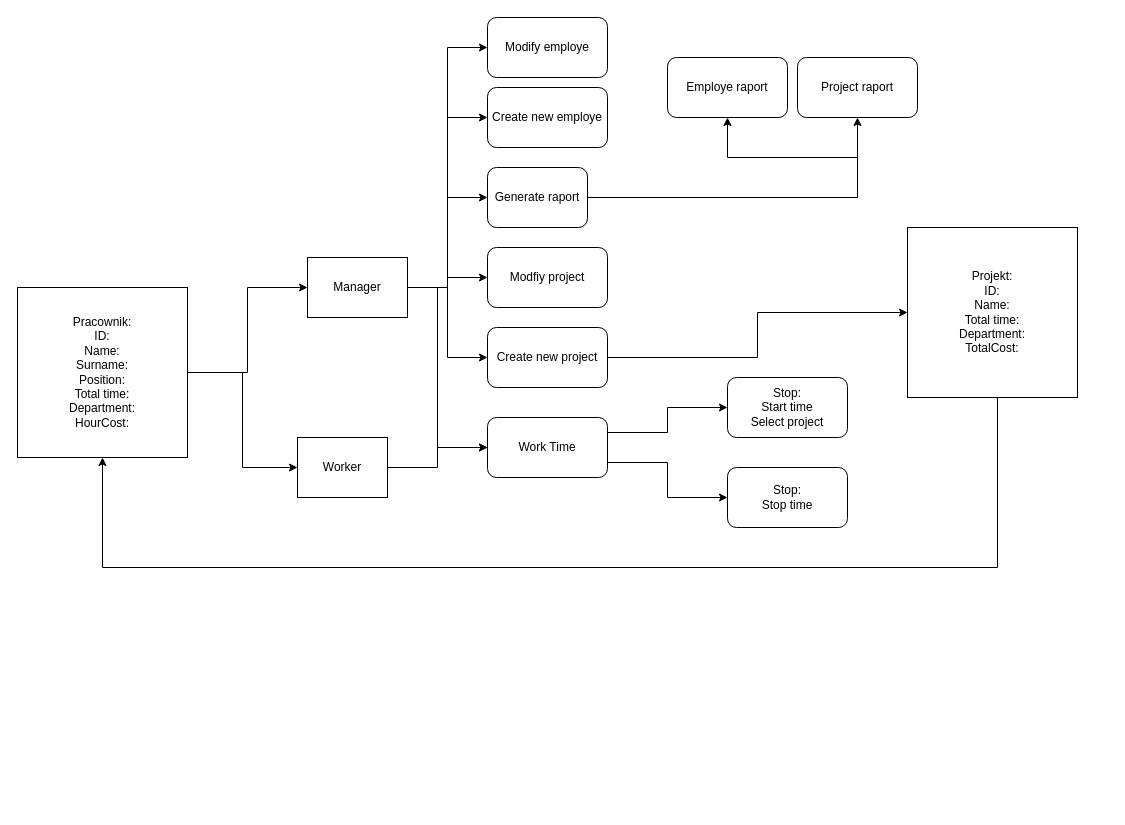
Above: Infoshare diagram.drawio in Tomasz98Zukowski/TripBudgetApp (draw.io), before the change. Source tidied: cells renumbered, new cells numbered last; positions are measured from the earlier drawing's top-left corner, leaving out a move shared by most shapes. Both pictures are drawn from the tidied source at 100%, with x=0, y=0 at pixel (17, 17).
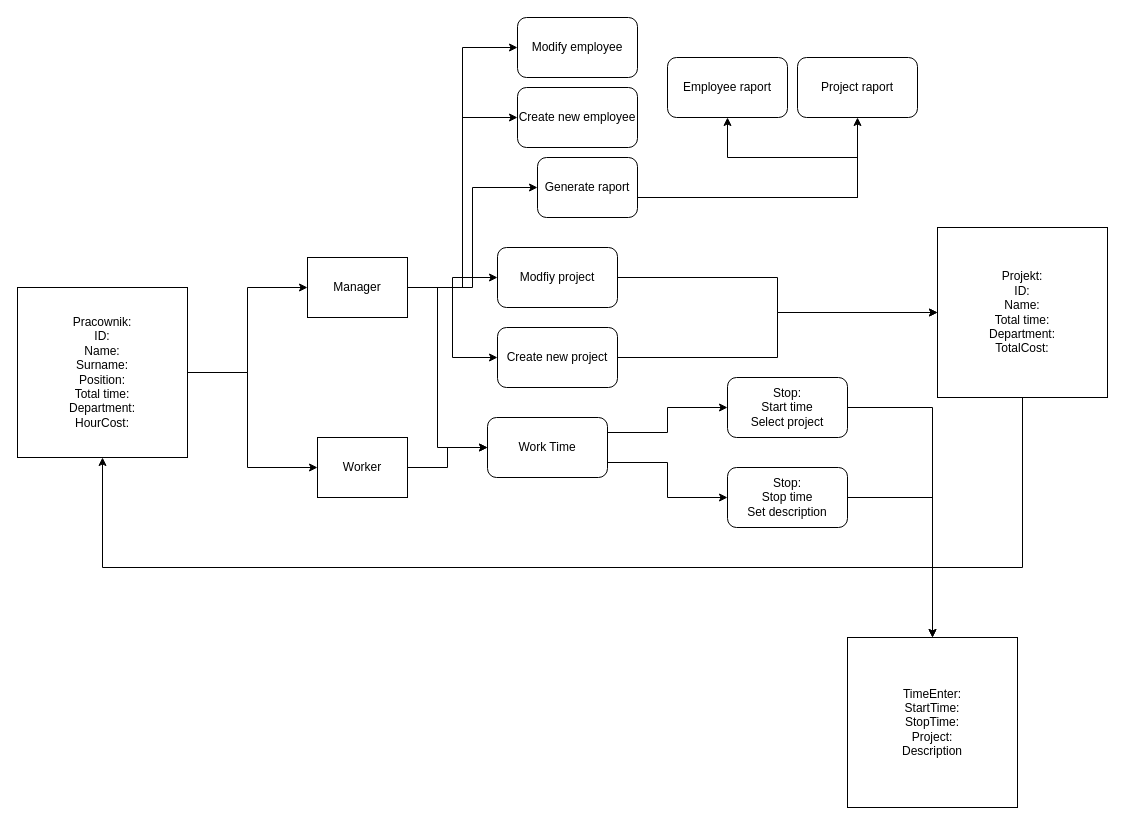
Above is the later version.

The change refers to these unchanged cells:
```xml
<mxCell id="4" value="Pracownik:&lt;br&gt;ID:&lt;br&gt;Name:&lt;br&gt;Surname:&lt;br&gt;Position:&lt;br&gt;Total time:&lt;br&gt;Department:&lt;br&gt;HourCost:" style="rounded=0;whiteSpace=wrap;html=1;" parent="1" vertex="1">
  <mxGeometry y="270" width="170" height="170" as="geometry" />
</mxCell>
<mxCell id="24" value="Project raport" style="rounded=1;whiteSpace=wrap;html=1;" parent="1" vertex="1">
  <mxGeometry x="780" y="40" width="120" height="60" as="geometry" />
</mxCell>
<mxCell id="30" value="Stop:&lt;br&gt;Start time&lt;br&gt;Select project" style="rounded=1;whiteSpace=wrap;html=1;" parent="1" vertex="1">
  <mxGeometry x="710" y="360" width="120" height="60" as="geometry" />
</mxCell>
```

Diff of the diagram source:
```diff
@@
     <mxCell id="3" style="edgeStyle=orthogonalEdgeStyle;rounded=0;jettySize=auto;html=1;exitX=1;exitY=0.5;exitDx=0;exitDy=0;" parent="1" edge="1" source="4" target="13">
-      <mxGeometry relative="1" as="geometry" />
+      <mxGeometry relative="1" as="geometry">
+        <Array as="points">
+          <mxPoint x="230" y="355" />
+          <mxPoint x="230" y="450" />
+        </Array>
+      </mxGeometry>
     </mxCell>
@@
     <mxCell id="13" value="Worker" style="rounded=0;whiteSpace=wrap;html=1;" parent="1" vertex="1">
-      <mxGeometry x="280" y="420" width="90" height="60" as="geometry" />
+      <mxGeometry x="300" y="420" width="90" height="60" as="geometry" />
     </mxCell>
@@
     <mxCell id="18" value="Create new project" style="rounded=1;whiteSpace=wrap;html=1;" parent="1" vertex="1">
-      <mxGeometry x="470" y="310" width="120" height="60" as="geometry" />
+      <mxGeometry x="480" y="310" width="120" height="60" as="geometry" />
     </mxCell>
+    <mxCell id="31" style="edgeStyle=orthogonalEdgeStyle;rounded=0;jettySize=auto;html=1;exitX=1;exitY=0.5;exitDx=0;exitDy=0;entryX=0;entryY=0.5;entryDx=0;entryDy=0;" parent="1" edge="1" source="19" target="26">
+      <mxGeometry relative="1" as="geometry">
+        <Array as="points">
+          <mxPoint x="760" y="260" />
+          <mxPoint x="760" y="295" />
+        </Array>
+      </mxGeometry>
+    </mxCell>
     <mxCell id="19" value="Modfiy project" style="rounded=1;whiteSpace=wrap;html=1;" parent="1" vertex="1">
-      <mxGeometry x="470" y="230" width="120" height="60" as="geometry" />
+      <mxGeometry x="480" y="230" width="120" height="60" as="geometry" />
     </mxCell>
@@
     <mxCell id="21" style="edgeStyle=orthogonalEdgeStyle;rounded=0;jettySize=auto;html=1;exitX=1;exitY=0.5;exitDx=0;exitDy=0;entryX=0.5;entryY=1;entryDx=0;entryDy=0;" parent="1" edge="1" source="22" target="24">
-      <mxGeometry relative="1" as="geometry" />
+      <mxGeometry relative="1" as="geometry">
+        <Array as="points">
+          <mxPoint x="620" y="180" />
+          <mxPoint x="840" y="180" />
+        </Array>
+      </mxGeometry>
     </mxCell>
     <mxCell id="22" value="Generate raport" style="rounded=1;whiteSpace=wrap;html=1;" parent="1" vertex="1">
-      <mxGeometry x="470" y="150" width="100" height="60" as="geometry" />
+      <mxGeometry x="520" y="140" width="100" height="60" as="geometry" />
     </mxCell>
-    <mxCell id="23" value="Create new employe" style="rounded=1;whiteSpace=wrap;html=1;" parent="1" vertex="1">
-      <mxGeometry x="470" y="70" width="120" height="60" as="geometry" />
+    <mxCell id="23" value="Create new employee" style="rounded=1;whiteSpace=wrap;html=1;" parent="1" vertex="1">
+      <mxGeometry x="500" y="70" width="120" height="60" as="geometry" />
     </mxCell>
@@
     <mxCell id="25" style="edgeStyle=orthogonalEdgeStyle;rounded=0;jettySize=auto;html=1;exitX=0.5;exitY=1;exitDx=0;exitDy=0;entryX=0.5;entryY=1;entryDx=0;entryDy=0;" parent="1" edge="1" source="26" target="4">
       <mxGeometry relative="1" as="geometry">
         <Array as="points">
-          <mxPoint x="980" y="380" />
-          <mxPoint x="980" y="550" />
+          <mxPoint x="1005" y="550" />
           <mxPoint x="85" y="550" />
         </Array>
       </mxGeometry>
     </mxCell>
     <mxCell id="26" value="Projekt:&lt;br&gt;ID:&lt;br&gt;Name:&lt;br&gt;Total time:&lt;br&gt;Department:&lt;br&gt;TotalCost:" style="rounded=0;whiteSpace=wrap;html=1;" parent="1" vertex="1">
-      <mxGeometry x="890" y="210" width="170" height="170" as="geometry" />
+      <mxGeometry x="920" y="210" width="170" height="170" as="geometry" />
     </mxCell>
-    <mxCell id="27" value="Modify employe" style="rounded=1;whiteSpace=wrap;html=1;" parent="1" vertex="1">
-      <mxGeometry x="470" width="120" height="60" as="geometry" />
+    <mxCell id="27" value="Modify employee" style="rounded=1;whiteSpace=wrap;html=1;" parent="1" vertex="1">
+      <mxGeometry x="500" width="120" height="60" as="geometry" />
     </mxCell>
-    <mxCell id="28" value="Employe raport" style="rounded=1;whiteSpace=wrap;html=1;" parent="1" vertex="1">
+    <mxCell id="28" value="Employee raport" style="rounded=1;whiteSpace=wrap;html=1;" parent="1" vertex="1">
       <mxGeometry x="650" y="40" width="120" height="60" as="geometry" />
     </mxCell>
+    <mxCell id="32" style="edgeStyle=orthogonalEdgeStyle;rounded=0;jettySize=auto;html=1;exitX=1;exitY=0.5;exitDx=0;exitDy=0;" parent="1" edge="1" source="29" target="34">
+      <mxGeometry relative="1" as="geometry" />
+    </mxCell>
-    <mxCell id="29" value="Stop:&lt;br&gt;Stop time" style="rounded=1;whiteSpace=wrap;html=1;" parent="1" vertex="1">
+    <mxCell id="29" value="Stop:&lt;br&gt;Stop time&lt;br&gt;Set description" style="rounded=1;whiteSpace=wrap;html=1;" parent="1" vertex="1">
       <mxGeometry x="710" y="450" width="120" height="60" as="geometry" />
     </mxCell>
+    <mxCell id="33" style="edgeStyle=orthogonalEdgeStyle;rounded=0;jettySize=auto;html=1;exitX=1;exitY=0.5;exitDx=0;exitDy=0;" parent="1" edge="1" source="30" target="34">
+      <mxGeometry relative="1" as="geometry" />
+    </mxCell>
@@
+    <mxCell id="34" value="TimeEnter:&lt;br&gt;StartTime:&lt;br&gt;StopTime:&lt;br&gt;Project:&lt;br&gt;Description" style="rounded=0;whiteSpace=wrap;html=1;" parent="1" vertex="1">
+      <mxGeometry x="830" y="620" width="170" height="170" as="geometry" />
+    </mxCell>
```
